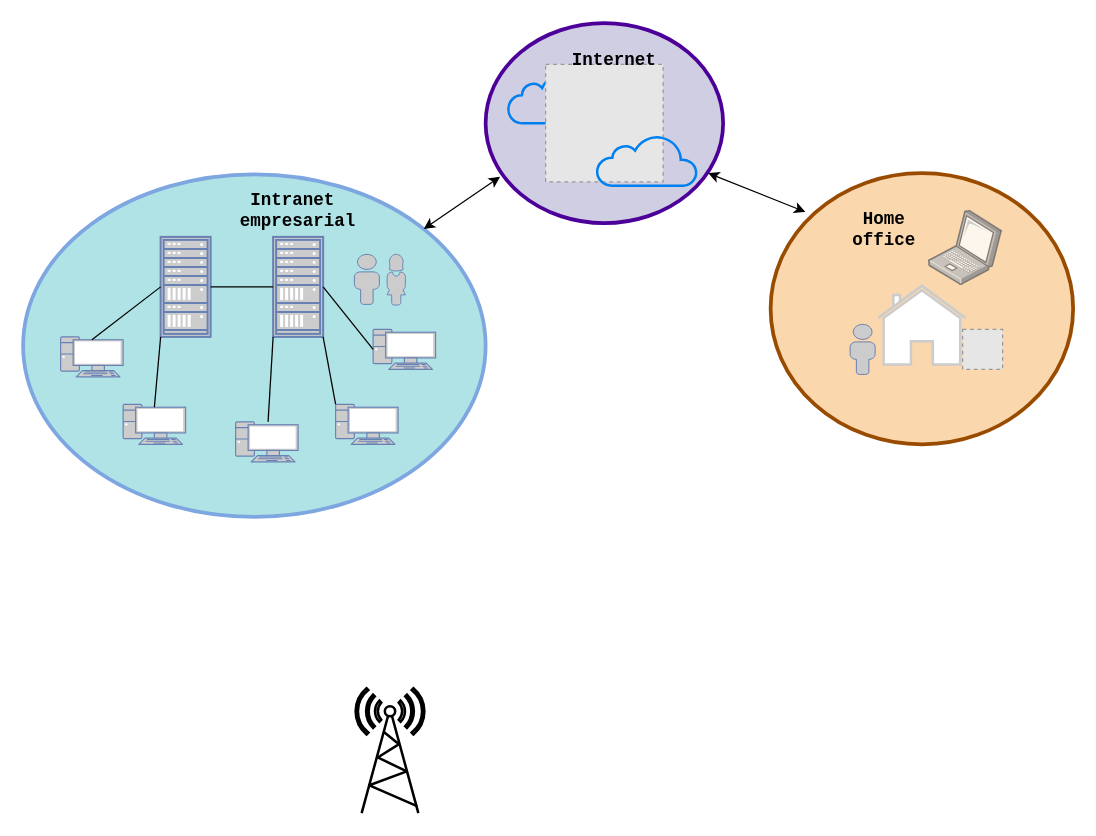
dlima2016/DiagramasRedes keeps this draw.io diagram as Tarea 1/Diagrama sin título.drawio. Above is the earlier version. Source tidied: cells renumbered, new cells numbered last; positions are measured from the earlier drawing's top-left corner, leaving out a move shared by most shapes. Both pictures are drawn from the tidied source at 125%, with x=0, y=0 at pixel (22, 22). Pictures stored in the file or linked from it are replaced by grey dashed boxes.
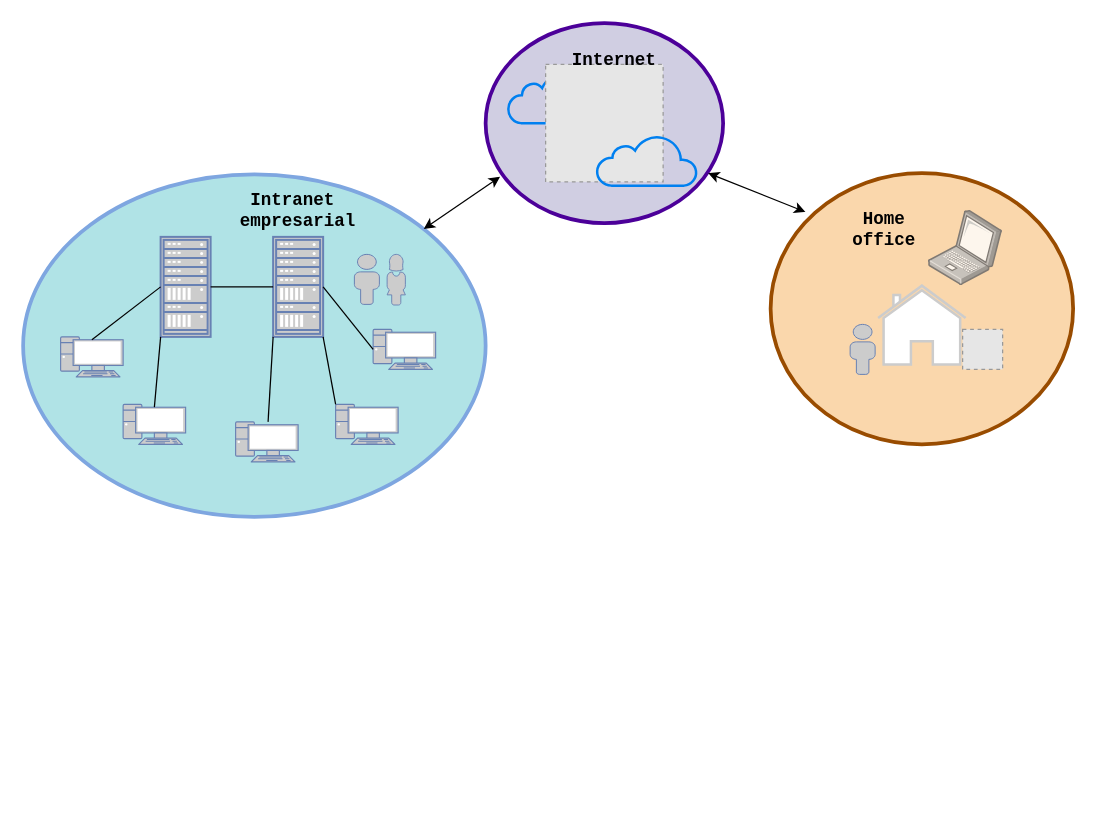
The same diagram, later.

Diff of the diagram source:
```diff
@@
-    <mxCell id="6" style="fontColor=#0066CC;verticalAlign=top;verticalLabelPosition=bottom;labelPosition=center;align=center;html=1;fillColor=#FFFFFF;strokeColor=#000000;gradientColor=none;gradientDirection=north;strokeWidth=2;shape=mxgraph.networks.radio_tower;rounded=1;shadow=0;comic=0;labelBackgroundColor=none;" parent="1" vertex="1">
-      <mxGeometry x="266" y="532" width="55" height="100" as="geometry" />
-    </mxCell>
```
